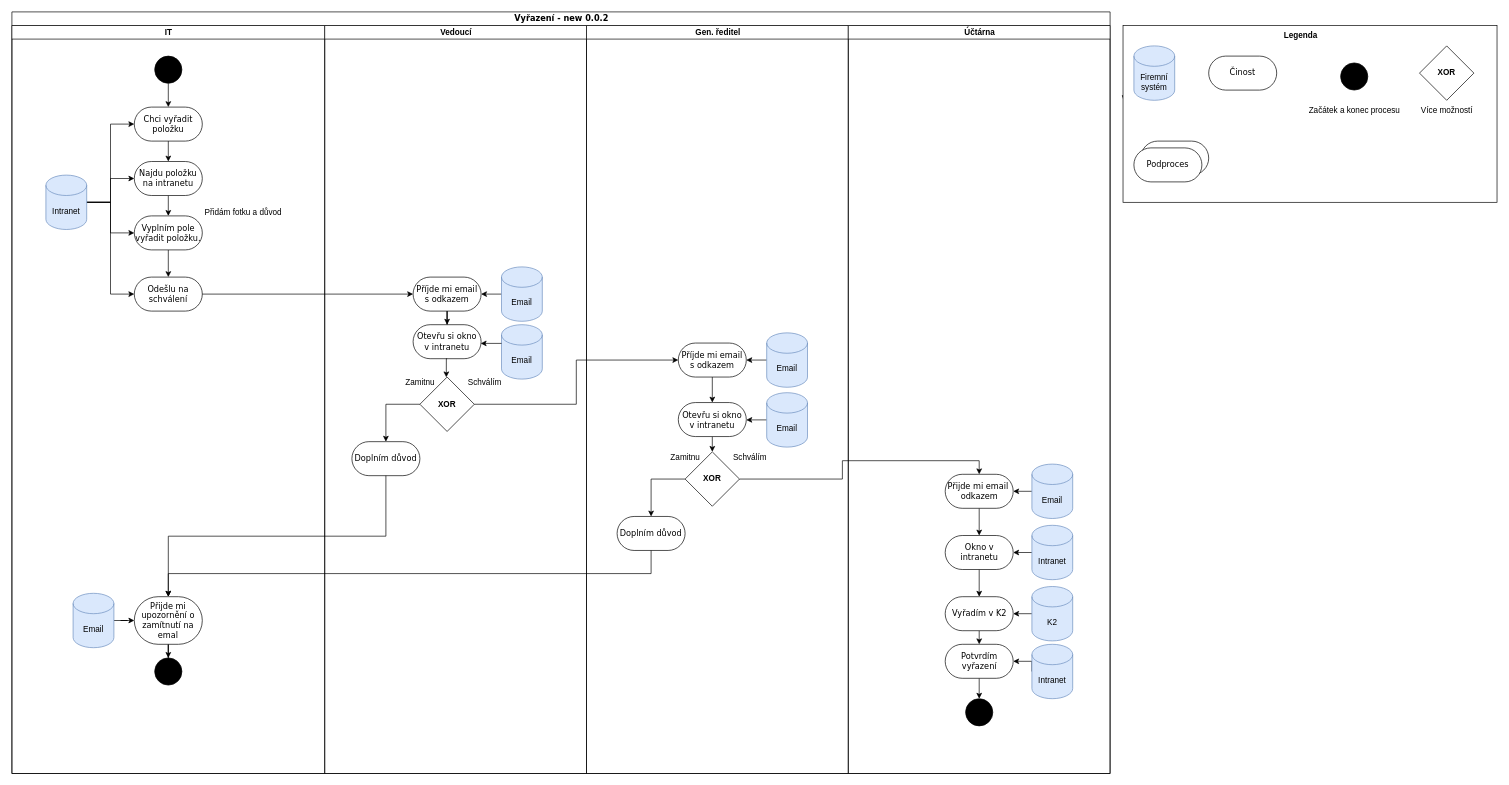
Earlier version of the draw.io diagram page "Vyřazení - new 0.0.2" (2 of 14) of UML - Inventar.drawio (horeckyj/drawio). Source tidied: cells renumbered, new cells numbered last; positions are measured from the earlier drawing's top-left corner, leaving out a move shared by most shapes. Both pictures are drawn from the tidied source at 68%, with x=0, y=0 at pixel (12, 12).
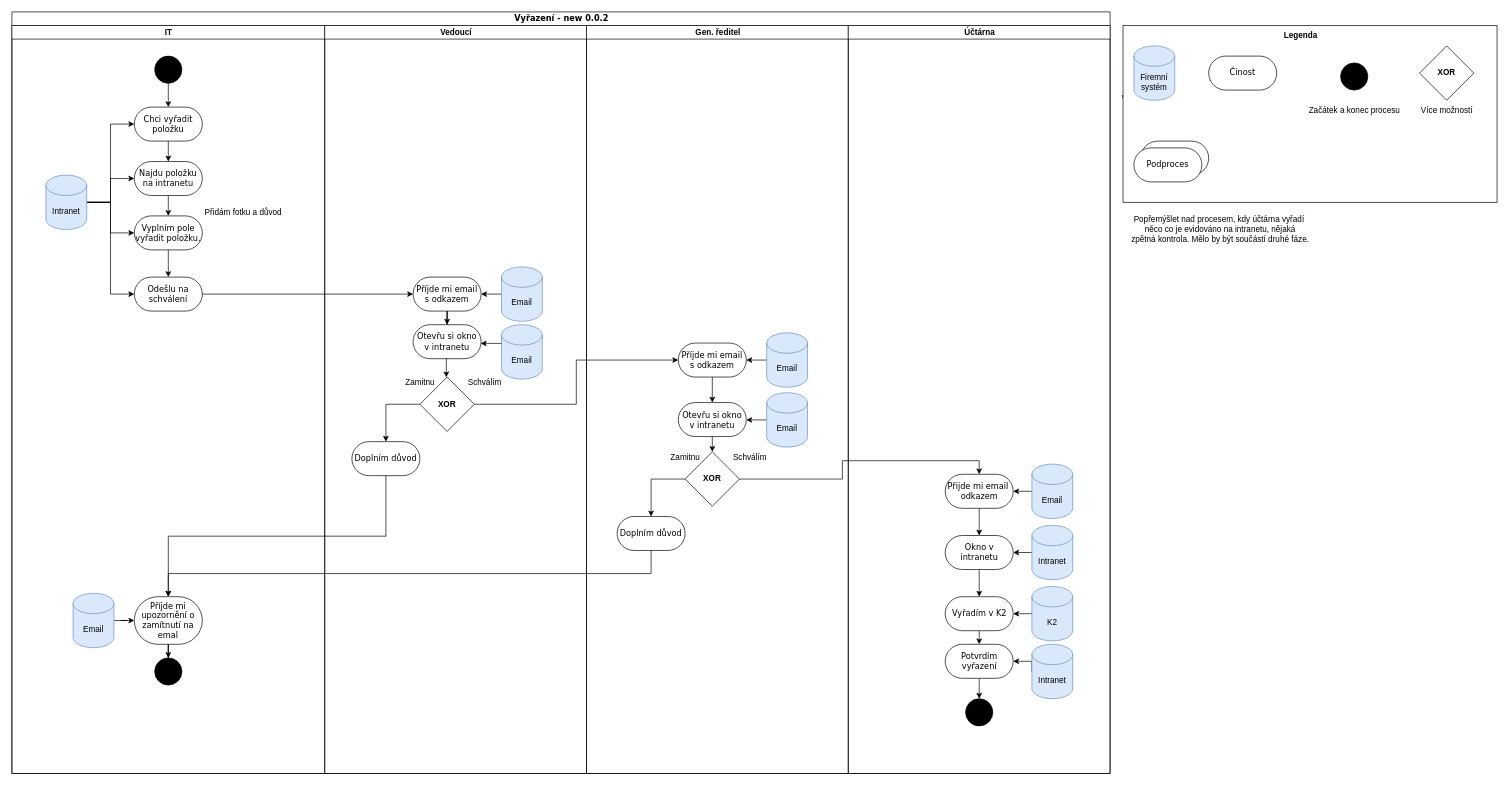
The same diagram, later.

Unchanged cells that the change refers to:
```xml
<mxCell id="3" value="IT" style="swimlane;html=1;startSize=20;" parent="2" vertex="1">
  <mxGeometry y="20" width="460" height="1100" as="geometry" />
</mxCell>
```

Change to the diagram source:
```diff
@@
-    <mxCell id="15" value="Přijde mi upozornění o zamítnutí na emal" style="rounded=1;whiteSpace=wrap;html=1;shadow=0;comic=0;labelBackgroundColor=none;strokeWidth=1;fontFamily=Verdana;fontSize=12;align=center;arcSize=50;" parent="3" vertex="1">
+    <mxCell id="15" value="Příjde mi upozornění o zamítnutí na emal" style="rounded=1;whiteSpace=wrap;html=1;shadow=0;comic=0;labelBackgroundColor=none;strokeWidth=1;fontFamily=Verdana;fontSize=12;align=center;arcSize=50;" parent="3" vertex="1">
       <mxGeometry x="180" y="840" width="100" height="70" as="geometry" />
     </mxCell>
@@
+    <mxCell id="86" value="Popřemýšlet nad procesem, kdy účtárna vyřadí&lt;div&gt;&amp;nbsp;něco co je evidováno na intranetu, nějaká&lt;/div&gt;&lt;div&gt;&amp;nbsp;zpětná kontrola.&lt;span style=&quot;background-color: initial;&quot;&gt;&amp;nbsp;Mělo by být součástí druhé fáze.&lt;/span&gt;&lt;/div&gt;" style="text;html=1;align=center;verticalAlign=middle;strokeColor=none;fillColor=none;" parent="1" vertex="1">
+      <mxGeometry x="1630" y="290" width="290" height="60" as="geometry" />
+    </mxCell>
```
